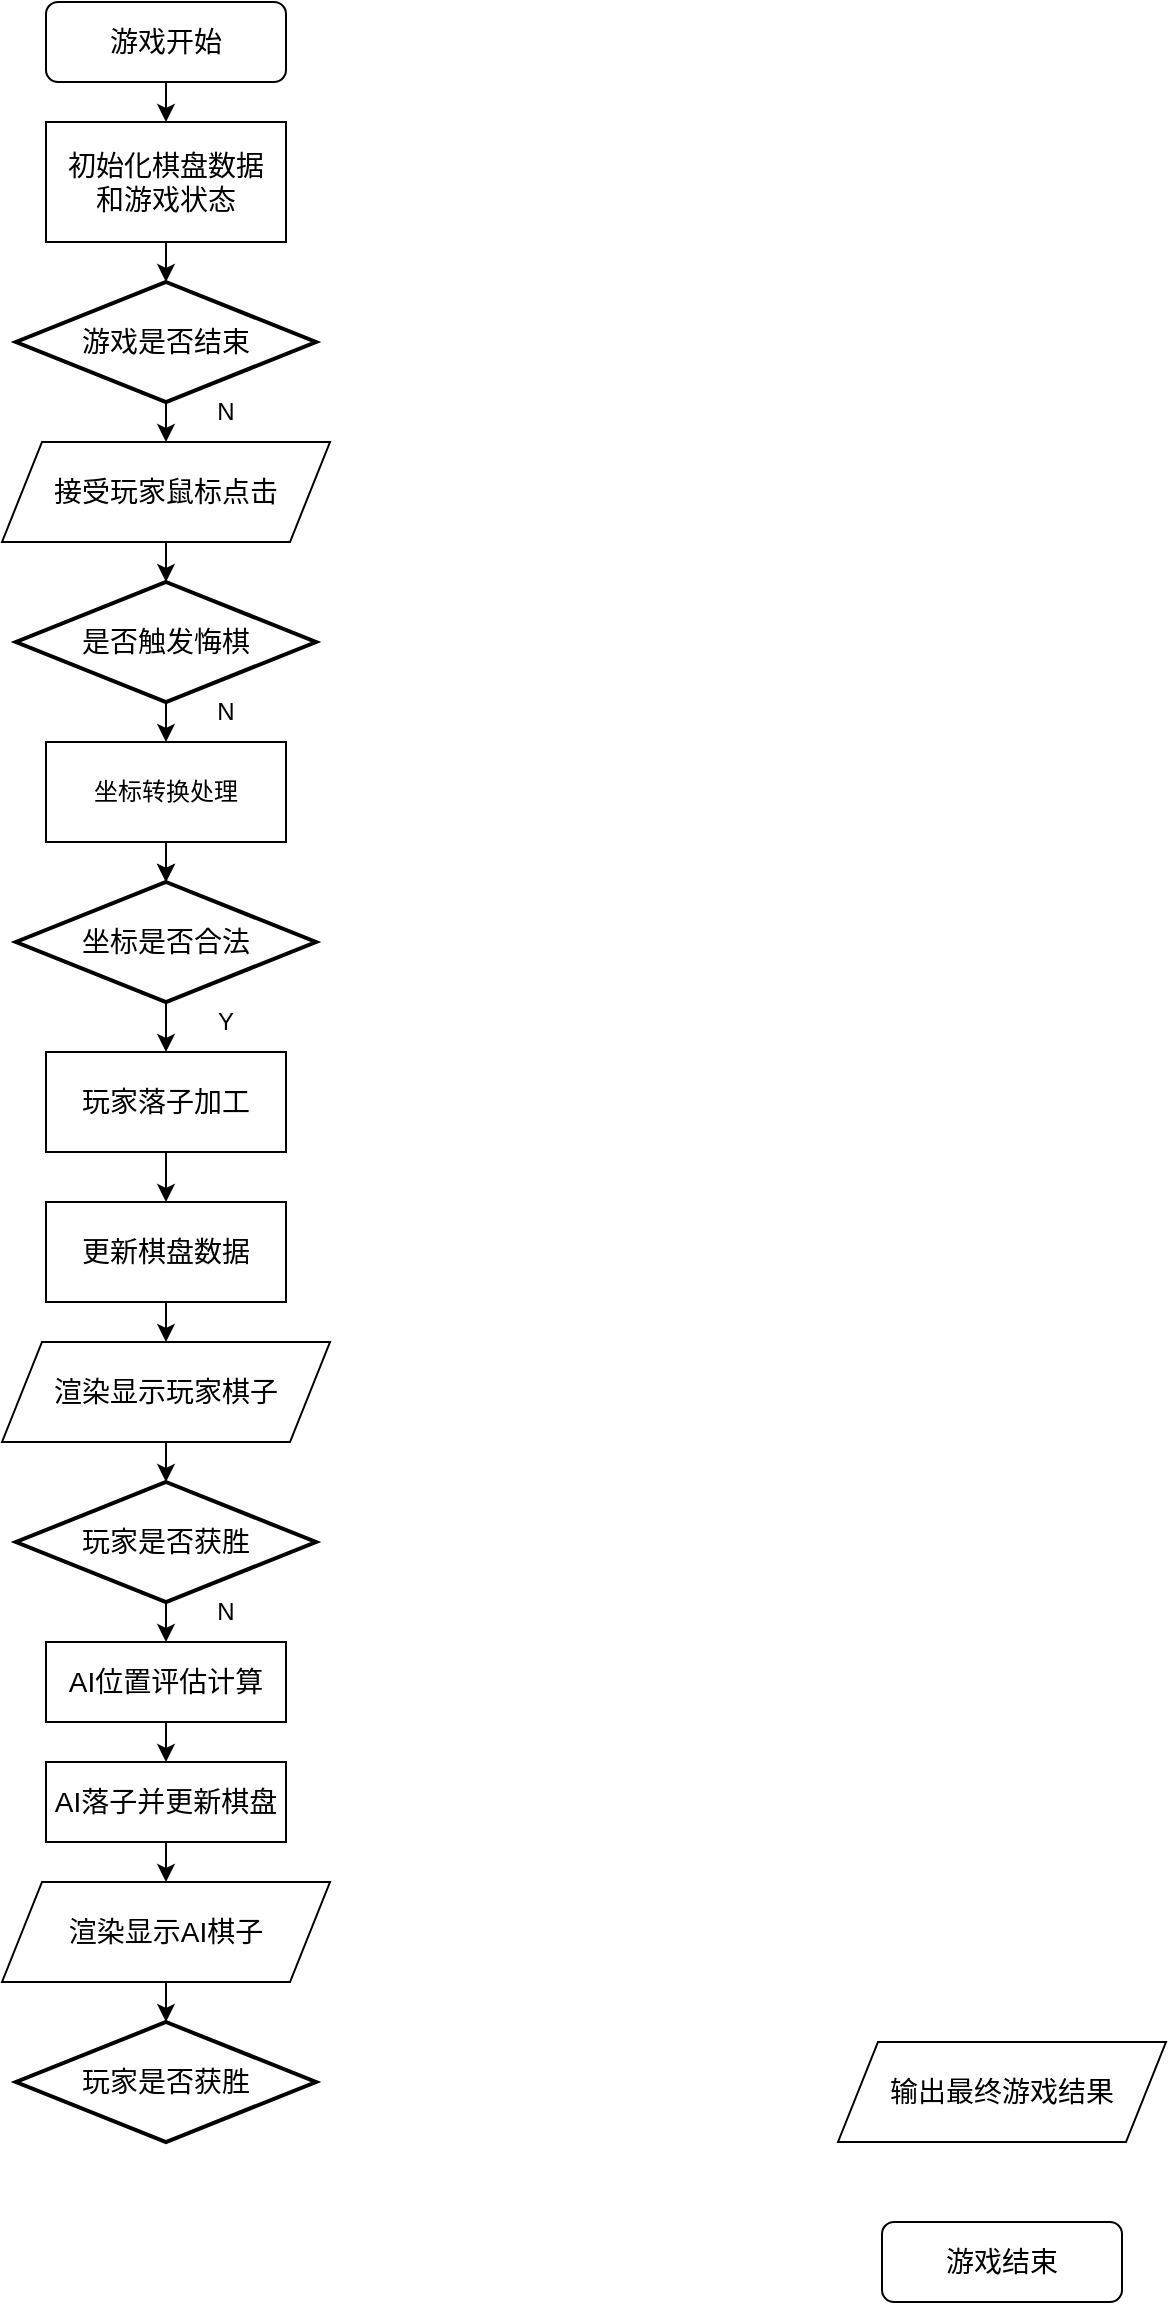
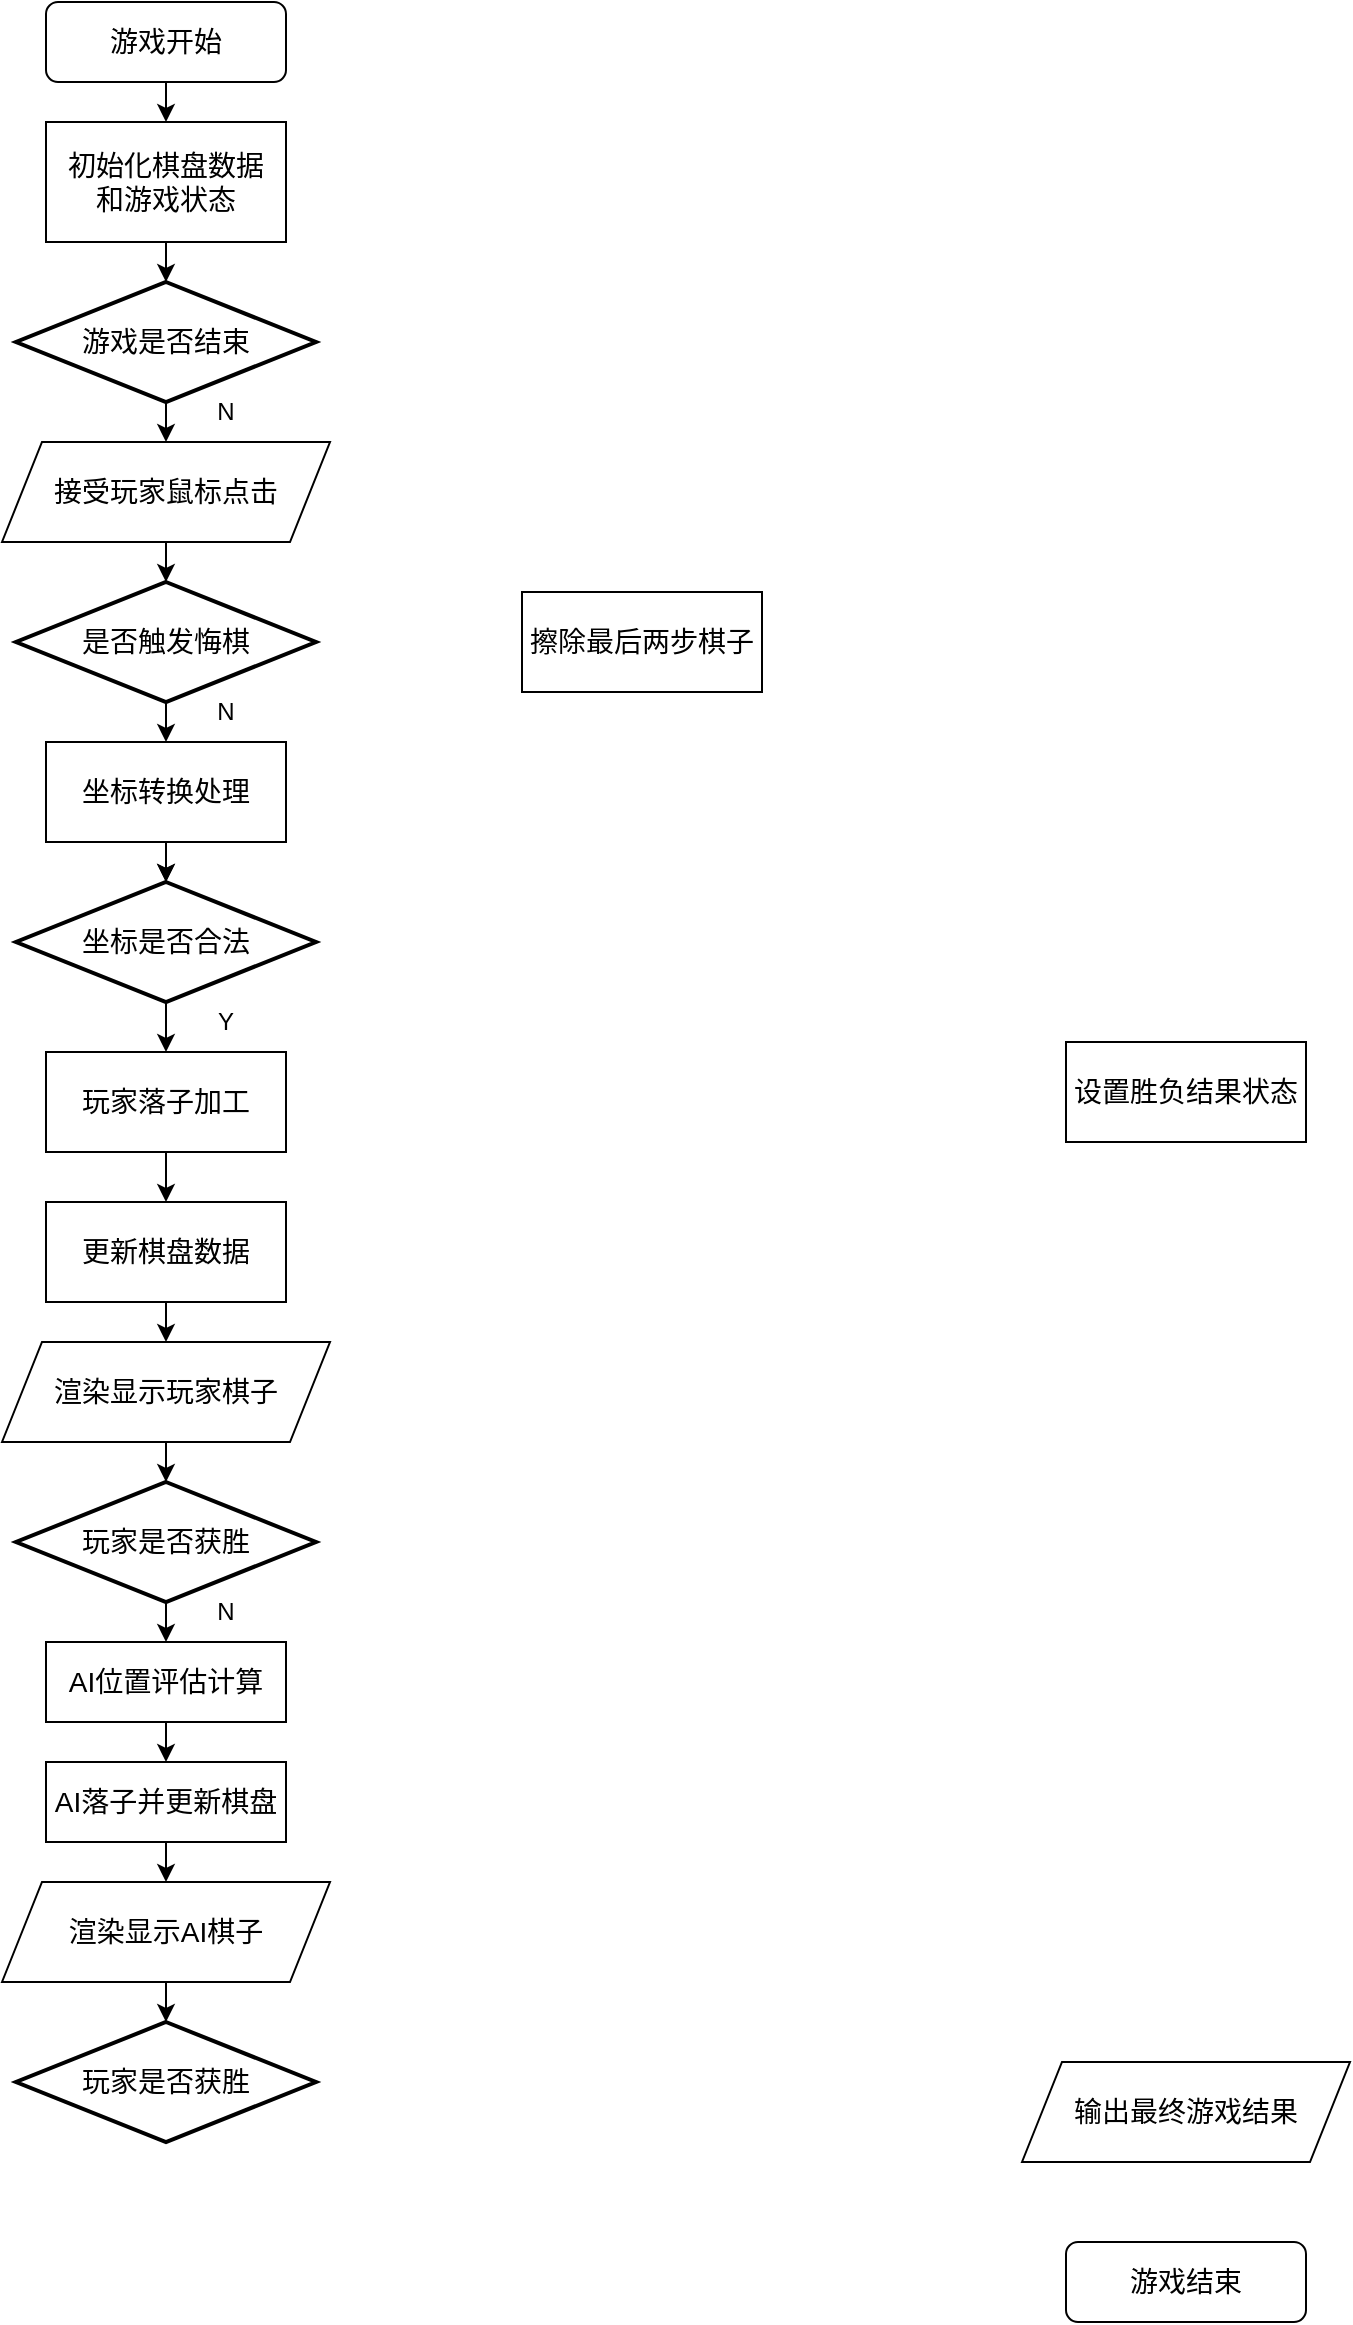
<mxfile host="app.diagrams.net">
  <diagram name="Page-1" id="Ut53iUmTTLsHKbGdxMO9">
    <mxGraphModel dx="2054" dy="1198" grid="1" gridSize="10" guides="1" tooltips="1" connect="1" arrows="1" fold="1" page="1" pageScale="1" pageWidth="827" pageHeight="1169" math="0" shadow="0">
      <root>
        <mxCell id="0" />
        <mxCell id="1" parent="0" />
        <mxCell id="LBzLqDpE-ghOYlSVNWWL-11" edge="1" parent="1" source="LBzLqDpE-ghOYlSVNWWL-4" style="edgeStyle=orthogonalEdgeStyle;rounded=0;orthogonalLoop=1;jettySize=auto;html=1;exitX=0.5;exitY=1;exitDx=0;exitDy=0;exitPerimeter=0;entryX=0.5;entryY=0;entryDx=0;entryDy=0;" target="LBzLqDpE-ghOYlSVNWWL-9">
          <mxGeometry relative="1" as="geometry" />
        </mxCell>
        <mxCell id="LBzLqDpE-ghOYlSVNWWL-4" parent="1" style="strokeWidth=2;html=1;shape=mxgraph.flowchart.decision;whiteSpace=wrap;" value="&lt;font style=&quot;font-size: 14px;&quot;&gt;游戏是否结束&lt;/font&gt;" vertex="1">
-           <mxGeometry height="60" width="150" x="219" y="150" as="geometry" />
+           <mxGeometry height="60" width="150" x="127" y="140" as="geometry" />
        </mxCell>
        <mxCell id="LBzLqDpE-ghOYlSVNWWL-5" edge="1" parent="1" source="LBzLqDpE-ghOYlSVNWWL-6" style="edgeStyle=orthogonalEdgeStyle;rounded=0;orthogonalLoop=1;jettySize=auto;html=1;exitX=0.5;exitY=1;exitDx=0;exitDy=0;entryX=0.5;entryY=0;entryDx=0;entryDy=0;entryPerimeter=0;" target="LBzLqDpE-ghOYlSVNWWL-4">
          <mxGeometry relative="1" as="geometry">
-             <mxPoint x="414" y="200" as="sourcePoint" />
+             <mxPoint x="322" y="190" as="sourcePoint" />
          </mxGeometry>
        </mxCell>
        <mxCell id="LBzLqDpE-ghOYlSVNWWL-6" parent="1" style="rounded=0;whiteSpace=wrap;html=1;" value="&lt;font style=&quot;font-size: 14px;&quot;&gt;初始化棋盘数据&lt;/font&gt;&lt;div&gt;&lt;span style=&quot;font-size: 14px; background-color: transparent; color: light-dark(rgb(0, 0, 0), rgb(255, 255, 255));&quot;&gt;和游戏状态&lt;/span&gt;&lt;/div&gt;" vertex="1">
-           <mxGeometry height="60" width="120" x="234" y="70" as="geometry" />
+           <mxGeometry height="60" width="120" x="142" y="60" as="geometry" />
        </mxCell>
        <mxCell id="LBzLqDpE-ghOYlSVNWWL-8" edge="1" parent="1" source="LBzLqDpE-ghOYlSVNWWL-7" style="edgeStyle=orthogonalEdgeStyle;rounded=0;orthogonalLoop=1;jettySize=auto;html=1;exitX=0.5;exitY=1;exitDx=0;exitDy=0;entryX=0.5;entryY=0;entryDx=0;entryDy=0;" target="LBzLqDpE-ghOYlSVNWWL-6">
          <mxGeometry relative="1" as="geometry" />
        </mxCell>
        <mxCell id="LBzLqDpE-ghOYlSVNWWL-7" parent="1" style="rounded=1;whiteSpace=wrap;html=1;" value="&lt;font style=&quot;font-size: 14px;&quot;&gt;游戏开始&lt;/font&gt;" vertex="1">
-           <mxGeometry height="40" width="120" x="234" y="10" as="geometry" />
+           <mxGeometry height="40" width="120" x="142" as="geometry" />
        </mxCell>
        <mxCell id="LBzLqDpE-ghOYlSVNWWL-9" parent="1" style="shape=parallelogram;perimeter=parallelogramPerimeter;whiteSpace=wrap;html=1;fixedSize=1;" value="&lt;font style=&quot;font-size: 14px;&quot;&gt;接受玩家鼠标点击&lt;/font&gt;" vertex="1">
-           <mxGeometry height="50" width="164" x="212" y="230" as="geometry" />
+           <mxGeometry height="50" width="164" x="120" y="220" as="geometry" />
        </mxCell>
        <mxCell id="LBzLqDpE-ghOYlSVNWWL-12" parent="1" style="text;html=1;whiteSpace=wrap;strokeColor=none;fillColor=none;align=center;verticalAlign=middle;rounded=0;" value="N" vertex="1">
-           <mxGeometry height="30" width="60" x="294" y="200" as="geometry" />
+           <mxGeometry height="30" width="60" x="202" y="190" as="geometry" />
        </mxCell>
        <mxCell id="LBzLqDpE-ghOYlSVNWWL-16" edge="1" parent="1" source="LBzLqDpE-ghOYlSVNWWL-13" style="edgeStyle=orthogonalEdgeStyle;rounded=0;orthogonalLoop=1;jettySize=auto;html=1;exitX=0.5;exitY=1;exitDx=0;exitDy=0;exitPerimeter=0;entryX=0.5;entryY=0;entryDx=0;entryDy=0;" target="LBzLqDpE-ghOYlSVNWWL-15">
          <mxGeometry relative="1" as="geometry" />
        </mxCell>
        <mxCell id="LBzLqDpE-ghOYlSVNWWL-13" parent="1" style="strokeWidth=2;html=1;shape=mxgraph.flowchart.decision;whiteSpace=wrap;" value="&lt;font style=&quot;font-size: 14px;&quot;&gt;是否触发悔棋&lt;/font&gt;" vertex="1">
-           <mxGeometry height="60" width="150" x="219" y="300" as="geometry" />
+           <mxGeometry height="60" width="150" x="127" y="290" as="geometry" />
        </mxCell>
        <mxCell id="LBzLqDpE-ghOYlSVNWWL-14" edge="1" parent="1" source="LBzLqDpE-ghOYlSVNWWL-9" style="edgeStyle=orthogonalEdgeStyle;rounded=0;orthogonalLoop=1;jettySize=auto;html=1;exitX=0.5;exitY=1;exitDx=0;exitDy=0;entryX=0.5;entryY=0;entryDx=0;entryDy=0;entryPerimeter=0;" target="LBzLqDpE-ghOYlSVNWWL-13">
          <mxGeometry relative="1" as="geometry" />
        </mxCell>
        <mxCell id="LBzLqDpE-ghOYlSVNWWL-28" edge="1" parent="1" source="LBzLqDpE-ghOYlSVNWWL-15" style="edgeStyle=orthogonalEdgeStyle;rounded=0;orthogonalLoop=1;jettySize=auto;html=1;entryX=0.5;entryY=0;entryDx=0;entryDy=0;entryPerimeter=0;" target="LBzLqDpE-ghOYlSVNWWL-18" value="">
          <mxGeometry relative="1" as="geometry" />
        </mxCell>
-         <mxCell id="LBzLqDpE-ghOYlSVNWWL-15" parent="1" style="rounded=0;whiteSpace=wrap;html=1;" value="坐标转换处理" vertex="1">
-           <mxGeometry height="50" width="120" x="234" y="380" as="geometry" />
+         <mxCell id="LBzLqDpE-ghOYlSVNWWL-15" parent="1" style="rounded=0;whiteSpace=wrap;html=1;" value="&lt;font style=&quot;font-size: 14px;&quot;&gt;坐标转换处理&lt;/font&gt;" vertex="1">
+           <mxGeometry height="50" width="120" x="142" y="370" as="geometry" />
        </mxCell>
        <mxCell id="LBzLqDpE-ghOYlSVNWWL-17" parent="1" style="text;html=1;whiteSpace=wrap;strokeColor=none;fillColor=none;align=center;verticalAlign=middle;rounded=0;" value="N" vertex="1">
-           <mxGeometry height="30" width="60" x="294" y="350" as="geometry" />
+           <mxGeometry height="30" width="60" x="202" y="340" as="geometry" />
        </mxCell>
        <mxCell id="LBzLqDpE-ghOYlSVNWWL-22" edge="1" parent="1" source="LBzLqDpE-ghOYlSVNWWL-18" style="edgeStyle=orthogonalEdgeStyle;rounded=0;orthogonalLoop=1;jettySize=auto;html=1;exitX=0.5;exitY=1;exitDx=0;exitDy=0;exitPerimeter=0;entryX=0.5;entryY=0;entryDx=0;entryDy=0;" target="LBzLqDpE-ghOYlSVNWWL-21">
          <mxGeometry relative="1" as="geometry" />
        </mxCell>
        <mxCell id="LBzLqDpE-ghOYlSVNWWL-18" parent="1" style="strokeWidth=2;html=1;shape=mxgraph.flowchart.decision;whiteSpace=wrap;" value="&lt;font style=&quot;font-size: 14px;&quot;&gt;坐标是否合法&lt;/font&gt;" vertex="1">
-           <mxGeometry height="60" width="150" x="219" y="450" as="geometry" />
+           <mxGeometry height="60" width="150" x="127" y="440" as="geometry" />
        </mxCell>
        <mxCell id="LBzLqDpE-ghOYlSVNWWL-20" edge="1" parent="1" source="LBzLqDpE-ghOYlSVNWWL-15" style="edgeStyle=orthogonalEdgeStyle;rounded=0;orthogonalLoop=1;jettySize=auto;html=1;exitX=0.5;exitY=1;exitDx=0;exitDy=0;entryX=0.5;entryY=0;entryDx=0;entryDy=0;entryPerimeter=0;" target="LBzLqDpE-ghOYlSVNWWL-18">
          <mxGeometry relative="1" as="geometry" />
        </mxCell>
        <mxCell id="LBzLqDpE-ghOYlSVNWWL-25" edge="1" parent="1" source="LBzLqDpE-ghOYlSVNWWL-21" style="edgeStyle=orthogonalEdgeStyle;rounded=0;orthogonalLoop=1;jettySize=auto;html=1;exitX=0.5;exitY=1;exitDx=0;exitDy=0;entryX=0.5;entryY=0;entryDx=0;entryDy=0;" target="LBzLqDpE-ghOYlSVNWWL-24">
          <mxGeometry relative="1" as="geometry" />
        </mxCell>
        <mxCell id="LBzLqDpE-ghOYlSVNWWL-21" parent="1" style="rounded=0;whiteSpace=wrap;html=1;" value="&lt;font style=&quot;font-size: 14px;&quot;&gt;玩家落子加工&lt;/font&gt;" vertex="1">
-           <mxGeometry height="50" width="120" x="234" y="535" as="geometry" />
+           <mxGeometry height="50" width="120" x="142" y="525" as="geometry" />
        </mxCell>
        <mxCell id="LBzLqDpE-ghOYlSVNWWL-23" parent="1" style="text;html=1;whiteSpace=wrap;strokeColor=none;fillColor=none;align=center;verticalAlign=middle;rounded=0;" value="Y" vertex="1">
-           <mxGeometry height="30" width="60" x="294" y="505" as="geometry" />
+           <mxGeometry height="30" width="60" x="202" y="495" as="geometry" />
        </mxCell>
        <mxCell id="LBzLqDpE-ghOYlSVNWWL-27" edge="1" parent="1" source="LBzLqDpE-ghOYlSVNWWL-24" style="edgeStyle=orthogonalEdgeStyle;rounded=0;orthogonalLoop=1;jettySize=auto;html=1;exitX=0.5;exitY=1;exitDx=0;exitDy=0;entryX=0.5;entryY=0;entryDx=0;entryDy=0;" target="LBzLqDpE-ghOYlSVNWWL-26">
          <mxGeometry relative="1" as="geometry" />
        </mxCell>
        <mxCell id="LBzLqDpE-ghOYlSVNWWL-24" parent="1" style="rounded=0;whiteSpace=wrap;html=1;" value="&lt;font style=&quot;font-size: 14px;&quot;&gt;更新棋盘数据&lt;/font&gt;" vertex="1">
-           <mxGeometry height="50" width="120" x="234" y="610" as="geometry" />
+           <mxGeometry height="50" width="120" x="142" y="600" as="geometry" />
        </mxCell>
        <mxCell id="LBzLqDpE-ghOYlSVNWWL-26" parent="1" style="shape=parallelogram;perimeter=parallelogramPerimeter;whiteSpace=wrap;html=1;fixedSize=1;" value="&lt;font style=&quot;font-size: 14px;&quot;&gt;渲染显示玩家棋子&lt;/font&gt;" vertex="1">
-           <mxGeometry height="50" width="164" x="212" y="680" as="geometry" />
+           <mxGeometry height="50" width="164" x="120" y="670" as="geometry" />
        </mxCell>
        <mxCell id="LBzLqDpE-ghOYlSVNWWL-33" edge="1" parent="1" source="LBzLqDpE-ghOYlSVNWWL-30" style="edgeStyle=orthogonalEdgeStyle;rounded=0;orthogonalLoop=1;jettySize=auto;html=1;exitX=0.5;exitY=1;exitDx=0;exitDy=0;exitPerimeter=0;entryX=0.5;entryY=0;entryDx=0;entryDy=0;" target="LBzLqDpE-ghOYlSVNWWL-32">
          <mxGeometry relative="1" as="geometry" />
        </mxCell>
        <mxCell id="LBzLqDpE-ghOYlSVNWWL-30" parent="1" style="strokeWidth=2;html=1;shape=mxgraph.flowchart.decision;whiteSpace=wrap;" value="&lt;font style=&quot;font-size: 14px;&quot;&gt;玩家是否获胜&lt;/font&gt;" vertex="1">
-           <mxGeometry height="60" width="150" x="219" y="750" as="geometry" />
+           <mxGeometry height="60" width="150" x="127" y="740" as="geometry" />
        </mxCell>
        <mxCell id="LBzLqDpE-ghOYlSVNWWL-31" edge="1" parent="1" source="LBzLqDpE-ghOYlSVNWWL-26" style="edgeStyle=orthogonalEdgeStyle;rounded=0;orthogonalLoop=1;jettySize=auto;html=1;exitX=0.5;exitY=1;exitDx=0;exitDy=0;entryX=0.5;entryY=0;entryDx=0;entryDy=0;entryPerimeter=0;" target="LBzLqDpE-ghOYlSVNWWL-30">
          <mxGeometry relative="1" as="geometry" />
        </mxCell>
        <mxCell id="LBzLqDpE-ghOYlSVNWWL-37" edge="1" parent="1" source="LBzLqDpE-ghOYlSVNWWL-32" style="edgeStyle=orthogonalEdgeStyle;rounded=0;orthogonalLoop=1;jettySize=auto;html=1;exitX=0.5;exitY=1;exitDx=0;exitDy=0;entryX=0.5;entryY=0;entryDx=0;entryDy=0;" target="LBzLqDpE-ghOYlSVNWWL-35">
          <mxGeometry relative="1" as="geometry" />
        </mxCell>
        <mxCell id="LBzLqDpE-ghOYlSVNWWL-32" parent="1" style="rounded=0;whiteSpace=wrap;html=1;" value="&lt;font style=&quot;font-size: 14px;&quot;&gt;AI位置评估计算&lt;/font&gt;" vertex="1">
-           <mxGeometry height="40" width="120" x="234" y="830" as="geometry" />
+           <mxGeometry height="40" width="120" x="142" y="820" as="geometry" />
        </mxCell>
        <mxCell id="LBzLqDpE-ghOYlSVNWWL-34" parent="1" style="text;html=1;whiteSpace=wrap;strokeColor=none;fillColor=none;align=center;verticalAlign=middle;rounded=0;" value="N" vertex="1">
-           <mxGeometry height="30" width="60" x="294" y="800" as="geometry" />
+           <mxGeometry height="30" width="60" x="202" y="790" as="geometry" />
        </mxCell>
        <mxCell id="LBzLqDpE-ghOYlSVNWWL-39" edge="1" parent="1" source="LBzLqDpE-ghOYlSVNWWL-35" style="edgeStyle=orthogonalEdgeStyle;rounded=0;orthogonalLoop=1;jettySize=auto;html=1;exitX=0.5;exitY=1;exitDx=0;exitDy=0;entryX=0.5;entryY=0;entryDx=0;entryDy=0;" target="LBzLqDpE-ghOYlSVNWWL-38">
          <mxGeometry relative="1" as="geometry" />
        </mxCell>
        <mxCell id="LBzLqDpE-ghOYlSVNWWL-35" parent="1" style="rounded=0;whiteSpace=wrap;html=1;" value="&lt;font style=&quot;font-size: 14px;&quot;&gt;AI落子并更新棋盘&lt;/font&gt;" vertex="1">
-           <mxGeometry height="40" width="120" x="234" y="890" as="geometry" />
+           <mxGeometry height="40" width="120" x="142" y="880" as="geometry" />
        </mxCell>
        <mxCell id="LBzLqDpE-ghOYlSVNWWL-38" parent="1" style="shape=parallelogram;perimeter=parallelogramPerimeter;whiteSpace=wrap;html=1;fixedSize=1;" value="&lt;font style=&quot;font-size: 14px;&quot;&gt;渲染显示AI棋子&lt;/font&gt;" vertex="1">
-           <mxGeometry height="50" width="164" x="212" y="950" as="geometry" />
+           <mxGeometry height="50" width="164" x="120" y="940" as="geometry" />
        </mxCell>
        <mxCell id="LBzLqDpE-ghOYlSVNWWL-40" parent="1" style="strokeWidth=2;html=1;shape=mxgraph.flowchart.decision;whiteSpace=wrap;" value="&lt;font style=&quot;font-size: 14px;&quot;&gt;玩家是否获胜&lt;/font&gt;" vertex="1">
-           <mxGeometry height="60" width="150" x="219" y="1020" as="geometry" />
+           <mxGeometry height="60" width="150" x="127" y="1010" as="geometry" />
        </mxCell>
        <mxCell id="LBzLqDpE-ghOYlSVNWWL-41" edge="1" parent="1" source="LBzLqDpE-ghOYlSVNWWL-38" style="edgeStyle=orthogonalEdgeStyle;rounded=0;orthogonalLoop=1;jettySize=auto;html=1;exitX=0.5;exitY=1;exitDx=0;exitDy=0;entryX=0.5;entryY=0;entryDx=0;entryDy=0;entryPerimeter=0;" target="LBzLqDpE-ghOYlSVNWWL-40">
          <mxGeometry relative="1" as="geometry" />
        </mxCell>
        <mxCell id="LBzLqDpE-ghOYlSVNWWL-42" parent="1" style="shape=parallelogram;perimeter=parallelogramPerimeter;whiteSpace=wrap;html=1;fixedSize=1;" value="&lt;font style=&quot;font-size: 14px;&quot;&gt;输出最终游戏结果&lt;/font&gt;" vertex="1">
          <mxGeometry height="50" width="164" x="630" y="1030" as="geometry" />
        </mxCell>
        <mxCell id="LBzLqDpE-ghOYlSVNWWL-43" parent="1" style="rounded=1;whiteSpace=wrap;html=1;" value="&lt;font style=&quot;font-size: 14px;&quot;&gt;游戏结束&lt;/font&gt;" vertex="1">
          <mxGeometry height="40" width="120" x="652" y="1120" as="geometry" />
        </mxCell>
+         <mxCell id="LBzLqDpE-ghOYlSVNWWL-45" parent="1" style="rounded=0;whiteSpace=wrap;html=1;" value="&lt;font style=&quot;font-size: 14px;&quot;&gt;设置胜负结果状态&lt;/font&gt;" vertex="1">
+           <mxGeometry height="50" width="120" x="652" y="520" as="geometry" />
+         </mxCell>
+         <mxCell id="LBzLqDpE-ghOYlSVNWWL-46" parent="1" style="rounded=0;whiteSpace=wrap;html=1;" value="&lt;font style=&quot;font-size: 14px;&quot;&gt;擦除最后两步棋子&lt;/font&gt;" vertex="1">
+           <mxGeometry height="50" width="120" x="380" y="295" as="geometry" />
+         </mxCell>
      </root>
    </mxGraphModel>
  </diagram>
</mxfile>
